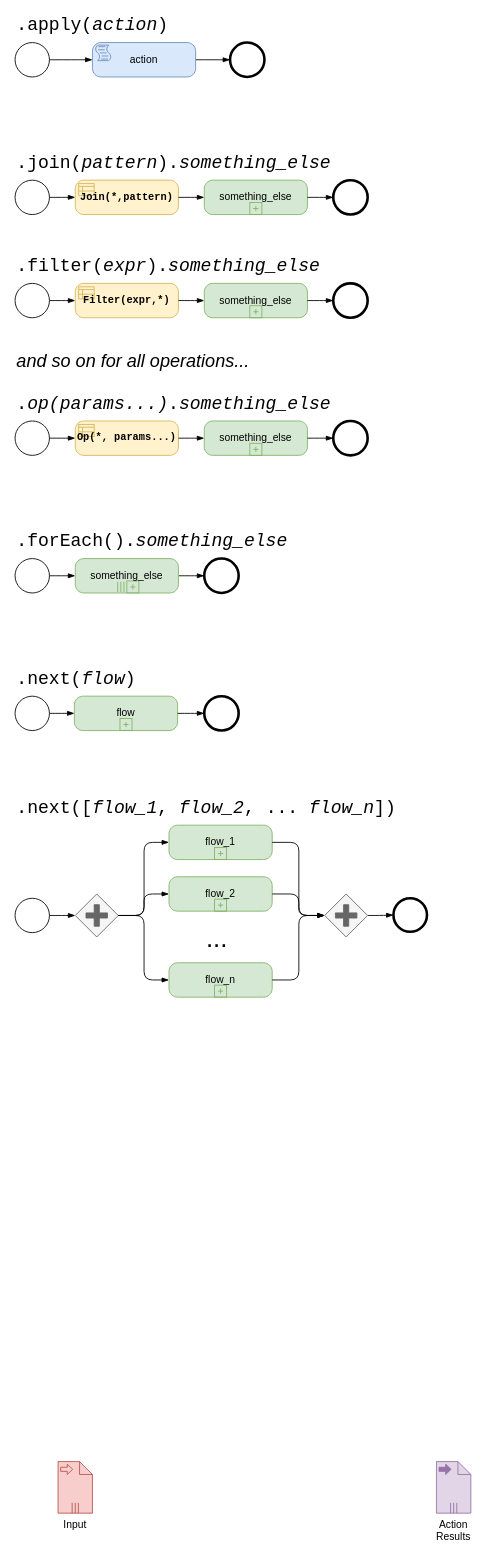
The draw.io diagram page "KF - Fluent" (14 of 19) of doc/BPMN_flow.drawio in miguel76/know-flow, before the edit. Source tidied: cells renumbered, new cells numbered last; positions are measured from the earlier drawing's top-left corner, leaving out a move shared by most shapes. Both pictures are drawn from the tidied source at 86%, with x=0, y=0 at pixel (15, 16).
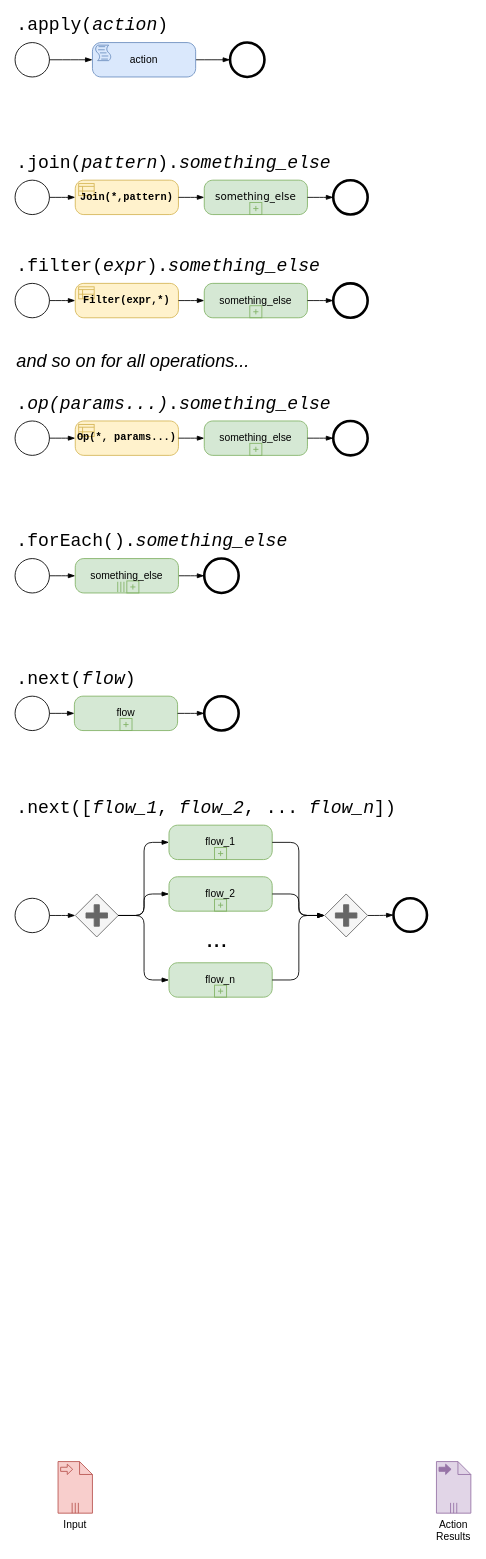
The same diagram, later.

Change to the diagram source:
```diff
@@
-    <mxCell id="13" value="something_else" style="points=[[0.25,0,0],[0.5,0,0],[0.75,0,0],[1,0.25,0],[1,0.5,0],[1,0.75,0],[0.75,1,0],[0.5,1,0],[0.25,1,0],[0,0.75,0],[0,0.5,0],[0,0.25,0]];shape=mxgraph.bpmn.task;whiteSpace=wrap;rectStyle=rounded;size=10;taskMarker=abstract;isLoopSub=1;fillColor=#d5e8d4;strokeColor=#82b366;" parent="1" vertex="1">
+    <mxCell id="13" value="something_else" style="points=[[0.25,0,0],[0.5,0,0],[0.75,0,0],[1,0.25,0],[1,0.5,0],[1,0.75,0],[0.75,1,0],[0.5,1,0],[0.25,1,0],[0,0.75,0],[0,0.5,0],[0,0.25,0]];shape=mxgraph.bpmn.task;whiteSpace=wrap;rectStyle=rounded;size=10;taskMarker=abstract;isLoopSub=1;fillColor=#d5e8d4;strokeColor=#82b366;fontFamily=Verdana;" parent="1" vertex="1">
       <mxGeometry x="220" y="190" width="120" height="40" as="geometry" />
     </mxCell>
```
